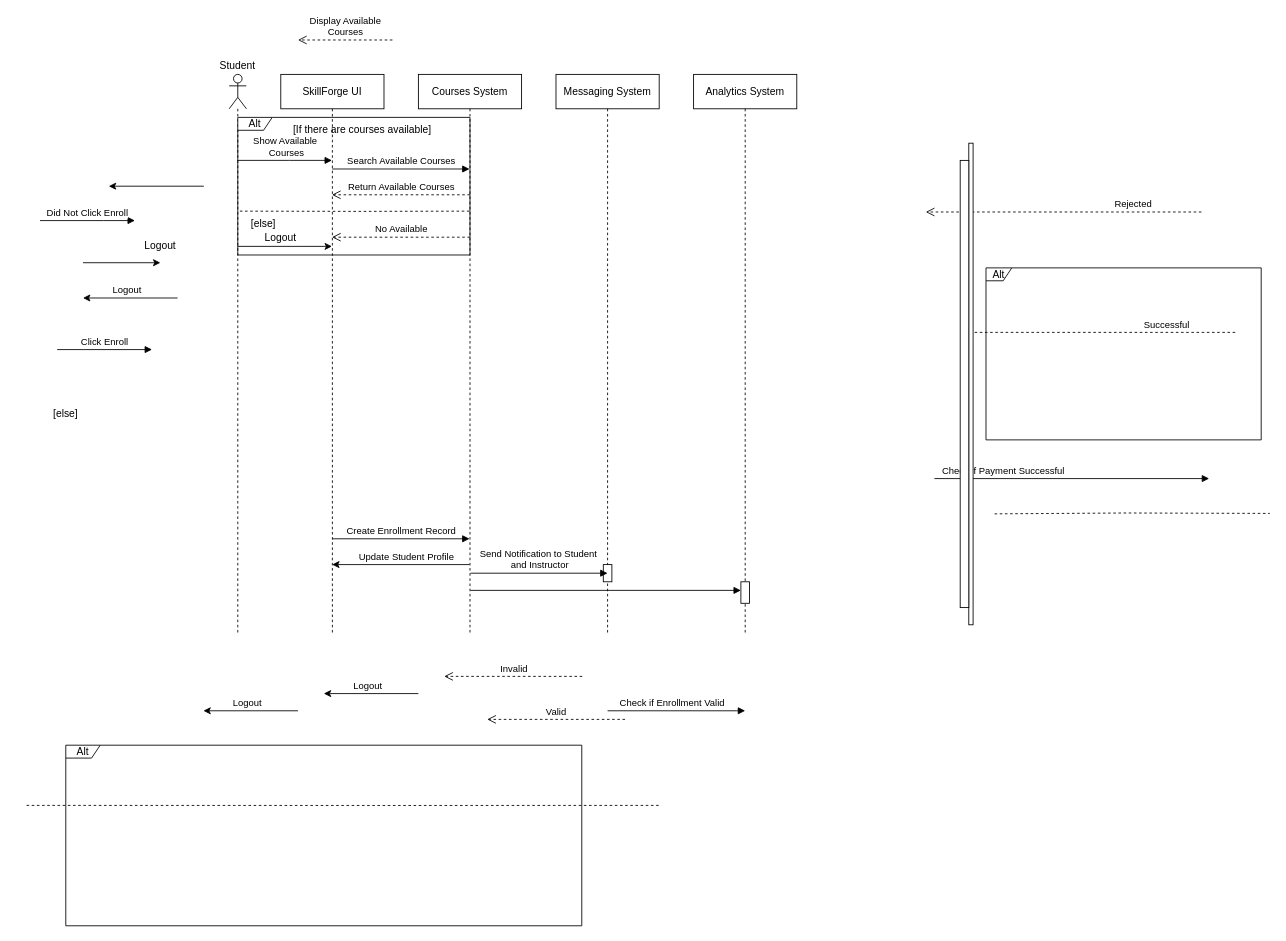
RodinaMohamed04/Lab6 keeps this draw.io diagram as SequenceDiagram.drawio. Above is the earlier version. Source tidied: cells renumbered, new cells numbered last; positions are measured from the earlier drawing's top-left corner, leaving out a move shared by most shapes. Both pictures are drawn from the tidied source at 86%, with x=0, y=0 at pixel (26, 40).
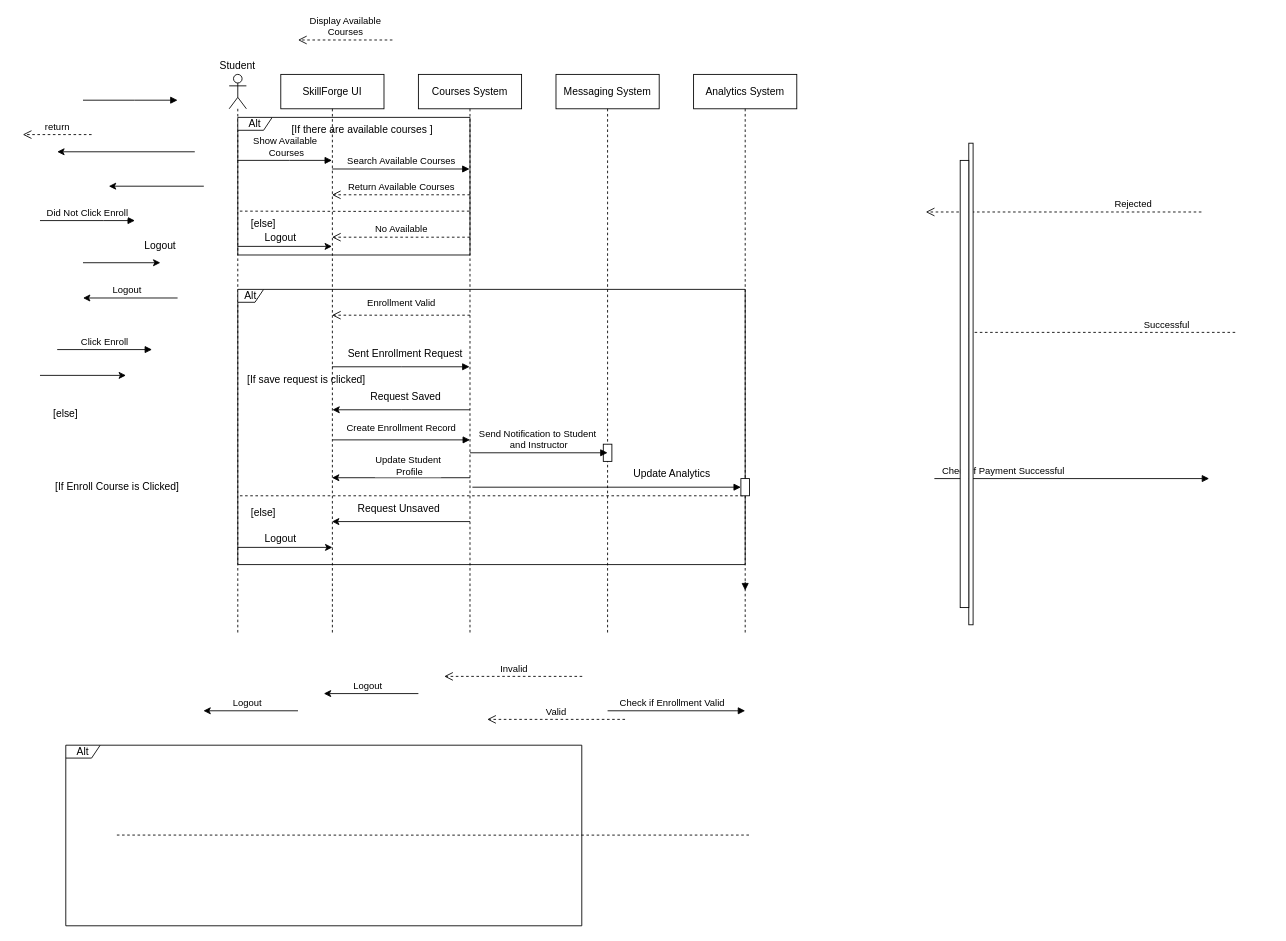
After the change.

The change refers to these unchanged cells:
```xml
<mxCell id="2" value="SkillForge UI" style="shape=umlLifeline;perimeter=lifelinePerimeter;whiteSpace=wrap;html=1;outlineConnect=0;portConstraint=eastwest;newEdgeStyle={&quot;curved&quot;:0,&quot;rounded&quot;:0};" parent="1" vertex="1">
  <mxGeometry x="296" y="40" width="120" height="650" as="geometry" />
</mxCell>
<mxCell id="4" value="Courses System" style="shape=umlLifeline;perimeter=lifelinePerimeter;whiteSpace=wrap;html=1;outlineConnect=0;portConstraint=eastwest;newEdgeStyle={&quot;curved&quot;:0,&quot;rounded&quot;:0};" parent="1" vertex="1">
  <mxGeometry x="456" y="40" width="120" height="650" as="geometry" />
</mxCell>
<mxCell id="5" value="Messaging System" style="shape=umlLifeline;perimeter=lifelinePerimeter;whiteSpace=wrap;html=1;newEdgeStyle={&quot;curved&quot;:0,&quot;rounded&quot;:0};" parent="1" vertex="1">
  <mxGeometry x="616" y="40" width="120" height="650" as="geometry" />
</mxCell>
```

Diff of the diagram source:
```diff
@@
     <mxCell id="6" style="html=1;perimeter=orthogonalPerimeter;targetShapes=umlLifeline;newEdgeStyle={&quot;curved&quot;:0,&quot;rounded&quot;:0};" parent="5" vertex="1">
-      <mxGeometry x="55" y="570" width="10" height="20" as="geometry" />
+      <mxGeometry x="55" y="430" width="10" height="20" as="geometry" />
     </mxCell>
@@
     <mxCell id="28" value="Create Enrollment Record" style="html=1;verticalAlign=bottom;endArrow=block;curved=0;rounded=0;" parent="1" edge="1">
-      <mxGeometry relative="1" as="geometry">
-        <mxPoint x="356" y="580" as="sourcePoint" />
-        <mxPoint x="515.5" y="580" as="targetPoint" />
+      <mxGeometry y="5" relative="1" as="geometry">
+        <mxPoint x="356.5" y="465" as="sourcePoint" />
+        <mxPoint x="516" y="465" as="targetPoint" />
+        <mxPoint x="-1" as="offset" />
       </mxGeometry>
     </mxCell>
     <mxCell id="29" style="endArrow=classic;html=1;rounded=0;" parent="1" edge="1">
       <mxGeometry relative="1" as="geometry">
-        <mxPoint x="515.5" y="610" as="sourcePoint" />
-        <mxPoint x="355.7" y="610" as="targetPoint" />
+        <mxPoint x="516" y="509" as="sourcePoint" />
+        <mxPoint x="355.5" y="509" as="targetPoint" />
       </mxGeometry>
     </mxCell>
-    <mxCell id="30" value="Update Student Profile" style="edgeLabel;html=1;align=center;verticalAlign=middle;" parent="29" vertex="1">
+    <mxCell id="30" value="Update Student&lt;div&gt;&amp;nbsp;Profile&lt;/div&gt;" style="edgeLabel;html=1;align=center;verticalAlign=middle;" parent="29" vertex="1">
       <mxGeometry x="-0.08" y="1" relative="1" as="geometry">
-        <mxPoint y="-11" as="offset" />
+        <mxPoint x="1" y="-16" as="offset" />
       </mxGeometry>
     </mxCell>
     <mxCell id="31" value="Send Notification to Student&amp;nbsp;&lt;div&gt;and Instructor&lt;/div&gt;" style="html=1;verticalAlign=bottom;endArrow=block;curved=0;rounded=0;" parent="1" edge="1">
       <mxGeometry relative="1" as="geometry">
-        <mxPoint x="516.5" y="620" as="sourcePoint" />
-        <mxPoint x="676" y="620" as="targetPoint" />
+        <mxPoint x="516" y="480" as="sourcePoint" />
+        <mxPoint x="676" y="480" as="targetPoint" />
       </mxGeometry>
     </mxCell>
@@
     <mxCell id="35" style="endArrow=none;dashed=1;html=1;rounded=0;entryX=0.997;entryY=0.14;entryDx=0;entryDy=0;entryPerimeter=0;exitX=0.003;exitY=0.14;exitDx=0;exitDy=0;exitPerimeter=0;" parent="1" edge="1">
       <mxGeometry relative="1" as="geometry">
-        <mxPoint x="0.4" y="890" as="sourcePoint" />
-        <mxPoint x="736" y="890" as="targetPoint" />
+        <mxPoint x="105.4" y="924.5" as="sourcePoint" />
+        <mxPoint x="841" y="924.5" as="targetPoint" />
         <Array as="points">
-          <mxPoint x="435" y="890.1" />
+          <mxPoint x="540" y="924.6" />
         </Array>
       </mxGeometry>
     </mxCell>
-    <mxCell id="36" style="endArrow=none;dashed=1;html=1;rounded=0;entryX=1.009;entryY=0.804;entryDx=0;entryDy=0;entryPerimeter=0;" parent="1" edge="1">
+    <mxCell id="36" style="endArrow=none;dashed=1;html=1;rounded=0;exitX=0.005;exitY=0.774;exitDx=0;exitDy=0;exitPerimeter=0;" parent="1" edge="1">
       <mxGeometry relative="1" as="geometry">
-        <mxPoint x="1126" y="551" as="sourcePoint" />
-        <mxPoint x="1446" y="550.5" as="targetPoint" />
-        <Array as="points">
-          <mxPoint x="1279.9" y="550" />
-        </Array>
+        <mxPoint x="248.5" y="530" as="sourcePoint" />
+        <mxPoint x="833.5" y="530" as="targetPoint" />
       </mxGeometry>
     </mxCell>
@@
     <mxCell id="38" value="Alt" style="shape=umlFrame;whiteSpace=wrap;html=1;width=30;height=15;" parent="1" vertex="1">
-      <mxGeometry x="1116" y="265" width="320" height="200" as="geometry" />
+      <mxGeometry x="246" y="290" width="590" height="320" as="geometry" />
     </mxCell>
-    <mxCell id="39" style="html=1;verticalAlign=bottom;endArrow=block;curved=0;rounded=0;" parent="1" edge="1" source="50">
+    <mxCell id="39" style="html=1;verticalAlign=bottom;endArrow=block;curved=0;rounded=0;" parent="1" edge="1">
       <mxGeometry x="-0.12" relative="1" as="geometry">
+        <mxPoint x="836" y="630" as="sourcePoint" />
         <mxPoint x="836" y="640" as="targetPoint" />
       </mxGeometry>
     </mxCell>
@@
-    <mxCell id="47" value="[If there are courses available]" style="text;html=1;whiteSpace=wrap;strokeColor=none;fillColor=none;align=center;verticalAlign=middle;rounded=0;" parent="1" vertex="1">
+    <mxCell id="47" value="[If there are available&amp;nbsp;courses ]" style="text;html=1;whiteSpace=wrap;strokeColor=none;fillColor=none;align=center;verticalAlign=middle;rounded=0;" parent="1" vertex="1">
       <mxGeometry x="306" y="90" width="170" height="30" as="geometry" />
     </mxCell>
@@
-    <mxCell id="49" style="html=1;verticalAlign=bottom;endArrow=block;curved=0;rounded=0;" parent="1" edge="1" target="50">
+    <mxCell id="49" style="html=1;verticalAlign=bottom;endArrow=block;curved=0;rounded=0;" parent="1" edge="1" source="67">
       <mxGeometry x="-0.12" relative="1" as="geometry">
-        <mxPoint x="516.5" y="640" as="sourcePoint" />
+        <mxPoint x="833.2" y="520" as="targetPoint" />
       </mxGeometry>
     </mxCell>
-    <mxCell id="50" style="html=1;points=[[0,0,0,0,5],[0,1,0,0,-5],[1,0,0,0,5],[1,1,0,0,-5]];perimeter=orthogonalPerimeter;outlineConnect=0;targetShapes=umlLifeline;portConstraint=eastwest;newEdgeStyle={&quot;curved&quot;:0,&quot;rounded&quot;:0};" parent="1" vertex="1">
-      <mxGeometry x="831" y="630" width="10" height="25" as="geometry" />
-    </mxCell>
+    <mxCell id="51" value="Update Analytics" style="text;html=1;whiteSpace=wrap;strokeColor=none;fillColor=none;align=center;verticalAlign=middle;rounded=0;" parent="1" vertex="1">
+      <mxGeometry x="696" y="490" width="110" height="30" as="geometry" />
+    </mxCell>
+    <mxCell id="52" value="[If Enroll Course is Clicked]" style="text;html=1;whiteSpace=wrap;strokeColor=none;fillColor=none;align=center;verticalAlign=middle;rounded=0;" parent="1" vertex="1">
+      <mxGeometry x="26" y="505" width="160" height="30" as="geometry" />
+    </mxCell>
+    <mxCell id="53" value="return" style="html=1;verticalAlign=bottom;endArrow=open;dashed=1;endSize=8;curved=0;rounded=0;" parent="1" edge="1">
+      <mxGeometry relative="1" as="geometry">
+        <mxPoint x="76" y="110" as="sourcePoint" />
+        <mxPoint x="-4" y="110" as="targetPoint" />
+      </mxGeometry>
+    </mxCell>
+    <mxCell id="54" style="edgeStyle=none;orthogonalLoop=1;jettySize=auto;html=1;rounded=0;" parent="1" edge="1">
+      <mxGeometry relative="1" as="geometry">
+        <mxPoint x="16" y="390" as="sourcePoint" />
+        <mxPoint x="116" y="390" as="targetPoint" />
+      </mxGeometry>
+    </mxCell>
+    <mxCell id="55" style="html=1;verticalAlign=bottom;endArrow=block;curved=0;rounded=0;" parent="1" edge="1">
+      <mxGeometry relative="1" as="geometry">
+        <mxPoint x="66" y="70" as="sourcePoint" />
+        <mxPoint x="176" y="70" as="targetPoint" />
+        <Array as="points">
+          <mxPoint x="126" y="70" />
+        </Array>
+      </mxGeometry>
+    </mxCell>
+    <mxCell id="56" style="endArrow=classic;html=1;rounded=0;" parent="1" edge="1">
+      <mxGeometry relative="1" as="geometry">
+        <mxPoint x="196" y="130" as="sourcePoint" />
+        <mxPoint x="36" y="130" as="targetPoint" />
+      </mxGeometry>
+    </mxCell>
+    <mxCell id="57" value="Enrollment Valid" style="html=1;verticalAlign=bottom;endArrow=open;dashed=1;endSize=8;curved=0;rounded=0;" parent="1" edge="1">
+      <mxGeometry y="-5" relative="1" as="geometry">
+        <mxPoint x="516" y="320" as="sourcePoint" />
+        <mxPoint x="355.6" y="320" as="targetPoint" />
+        <Array as="points">
+          <mxPoint x="416.5" y="320" />
+        </Array>
+      </mxGeometry>
+    </mxCell>
+    <mxCell id="58" style="html=1;verticalAlign=bottom;endArrow=block;curved=0;rounded=0;" parent="1" edge="1" source="2" target="4">
+      <mxGeometry relative="1" as="geometry">
+        <Array as="points">
+          <mxPoint x="436" y="380" />
+        </Array>
+      </mxGeometry>
+    </mxCell>
+    <mxCell id="59" value="Sent Enrollment Request" style="text;html=1;whiteSpace=wrap;strokeColor=none;fillColor=none;align=center;verticalAlign=middle;rounded=0;" parent="1" vertex="1">
+      <mxGeometry x="356" y="350" width="170" height="30" as="geometry" />
+    </mxCell>
+    <mxCell id="60" style="endArrow=classic;html=1;rounded=0;" parent="1" edge="1" target="2">
+      <mxGeometry relative="1" as="geometry">
+        <mxPoint x="516" y="560" as="sourcePoint" />
+      </mxGeometry>
+    </mxCell>
+    <mxCell id="61" style="endArrow=classic;html=1;rounded=0;" parent="1" edge="1">
+      <mxGeometry relative="1" as="geometry">
+        <mxPoint x="516" y="430" as="sourcePoint" />
+        <mxPoint x="356" y="430" as="targetPoint" />
+        <Array as="points">
+          <mxPoint x="436" y="430" />
+        </Array>
+      </mxGeometry>
+    </mxCell>
+    <mxCell id="62" value="Request Saved" style="text;html=1;whiteSpace=wrap;strokeColor=none;fillColor=none;align=center;verticalAlign=middle;rounded=0;" parent="1" vertex="1">
+      <mxGeometry x="398.5" y="400" width="85" height="30" as="geometry" />
+    </mxCell>
+    <mxCell id="63" value="Request Unsaved" style="text;html=1;whiteSpace=wrap;strokeColor=none;fillColor=none;align=center;verticalAlign=middle;rounded=0;" parent="1" vertex="1">
+      <mxGeometry x="381" y="530" width="105" height="30" as="geometry" />
+    </mxCell>
+    <mxCell id="64" style="endArrow=classic;html=1;rounded=0;" parent="1" edge="1">
+      <mxGeometry relative="1" as="geometry">
+        <mxPoint x="246" y="590" as="sourcePoint" />
+        <mxPoint x="356" y="590" as="targetPoint" />
+      </mxGeometry>
+    </mxCell>
+    <mxCell id="65" value="Logout" style="text;html=1;whiteSpace=wrap;strokeColor=none;fillColor=none;align=center;verticalAlign=middle;rounded=0;" parent="1" vertex="1">
+      <mxGeometry x="266" y="570" width="60" height="20" as="geometry" />
+    </mxCell>
+    <mxCell id="66" style="html=1;verticalAlign=bottom;endArrow=block;curved=0;rounded=0;" parent="1" edge="1" target="67">
+      <mxGeometry x="-0.12" relative="1" as="geometry">
+        <mxPoint x="518.8" y="520" as="sourcePoint" />
+      </mxGeometry>
+    </mxCell>
+    <mxCell id="67" style="html=1;points=[[0,0,0,0,5],[0,1,0,0,-5],[1,0,0,0,5],[1,1,0,0,-5]];perimeter=orthogonalPerimeter;outlineConnect=0;targetShapes=umlLifeline;portConstraint=eastwest;newEdgeStyle={&quot;curved&quot;:0,&quot;rounded&quot;:0};" parent="1" vertex="1">
+      <mxGeometry x="831" y="510" width="10" height="20" as="geometry" />
+    </mxCell>
+    <mxCell id="68" value="[If save request is clicked]" style="text;html=1;whiteSpace=wrap;strokeColor=none;fillColor=none;align=center;verticalAlign=middle;rounded=0;" parent="1" vertex="1">
+      <mxGeometry x="256" y="380" width="140" height="30" as="geometry" />
+    </mxCell>
+    <mxCell id="69" value="[else]" style="text;html=1;whiteSpace=wrap;strokeColor=none;fillColor=none;align=center;verticalAlign=middle;rounded=0;" parent="1" vertex="1">
+      <mxGeometry x="246" y="535" width="60" height="30" as="geometry" />
+    </mxCell>
```
